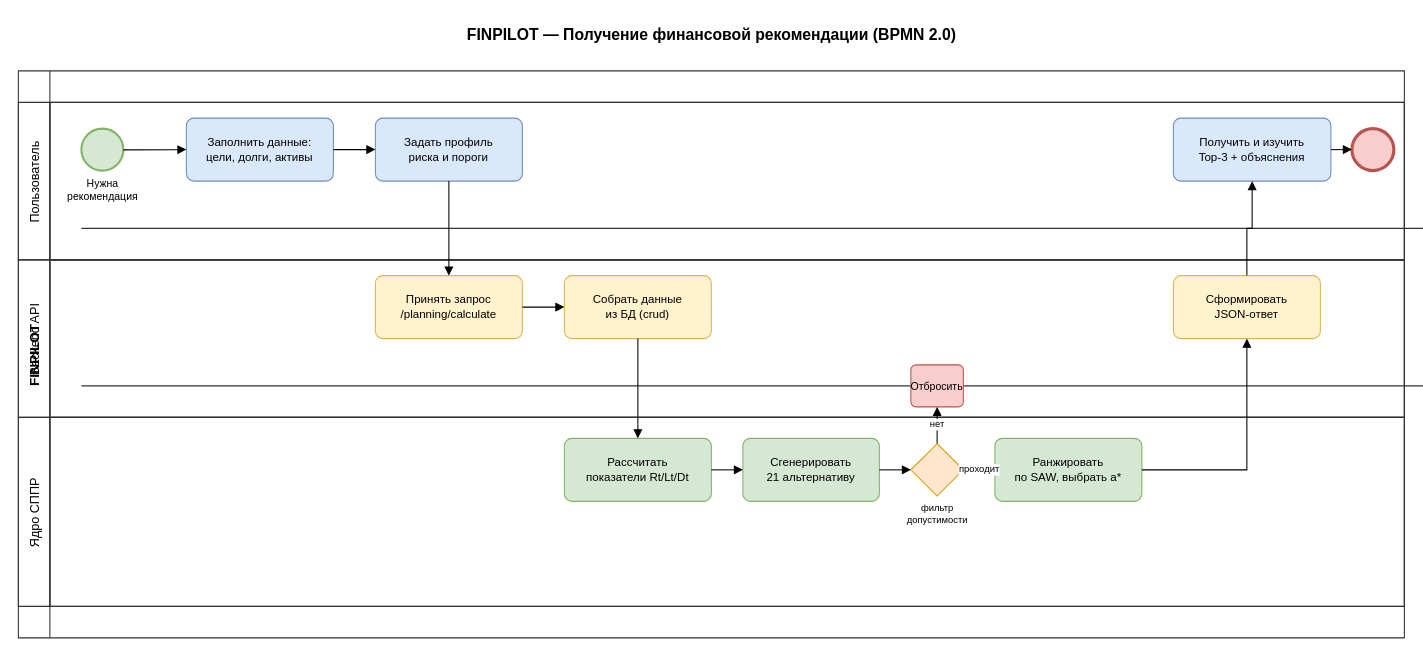
This is page "BPMN — получение рекомендации" (17 of 29) of docs/diagrams/all_diagrams.drawio from vevdokimovm/personal-finance-dss, a draw.io file, before an edit. Source tidied: cells renumbered, new cells numbered last; positions are measured from the earlier drawing's top-left corner, leaving out a move shared by most shapes. Both pictures are drawn from the tidied source at 105%, with x=0, y=0 at pixel (18, 18).
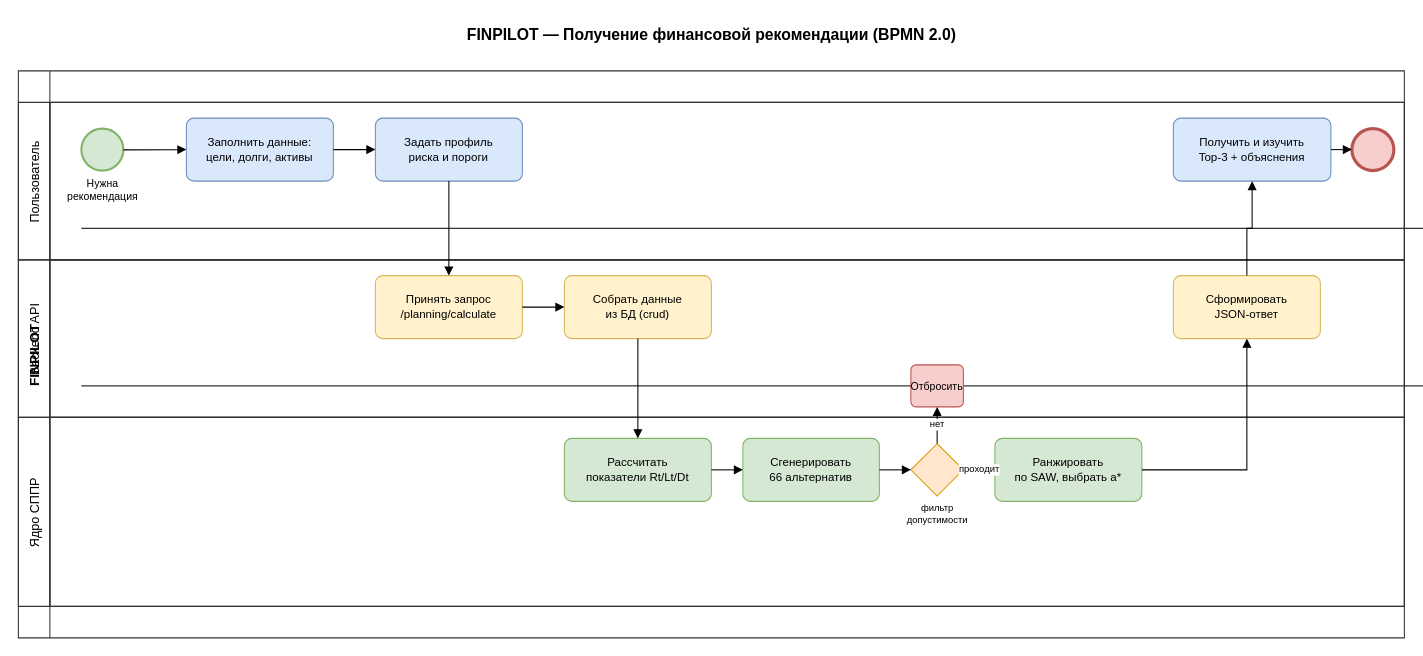
Above is the later version.

What changed in the source:
```diff
@@
-    <mxCell id="20" value="Сгенерировать&#10;21 альтернативу" style="rounded=1;whiteSpace=wrap;html=1;fillColor=#d5e8d4;strokeColor=#82b366;fontSize=11;arcSize=12;" parent="1" vertex="1">
+    <mxCell id="20" value="Сгенерировать&#10;66 альтернатив" style="rounded=1;whiteSpace=wrap;html=1;fillColor=#d5e8d4;strokeColor=#82b366;fontSize=11;arcSize=12;" parent="1" vertex="1">
       <mxGeometry x="690" y="400" width="130" height="60" as="geometry" />
     </mxCell>
```
